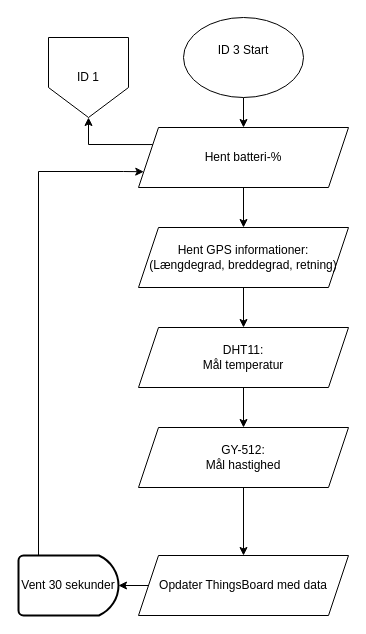
KEA-E24-B9-IOT1/E24-B9-IoT1 keeps this draw.io diagram as ID 03, P1/ID3 V1 Data til Thingsboard.drawio. Above is the earlier version. Source tidied: cells renumbered, new cells numbered last; positions are measured from the earlier drawing's top-left corner, leaving out a move shared by most shapes. Both pictures are drawn from the tidied source at 100%, with x=0, y=0 at pixel (18, 17).
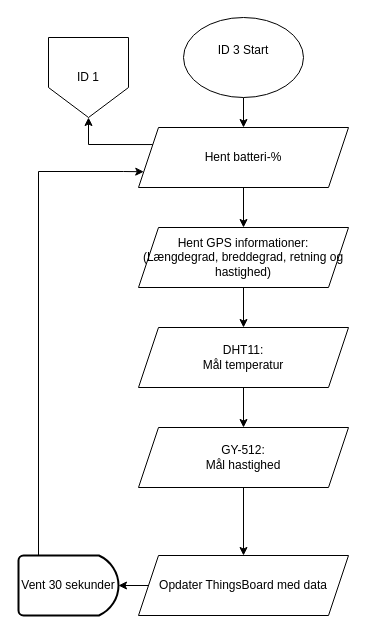
The same page after the edit.

Commit message:
Tilføjet hastighed på GPS

The edit, as a diff of the source:
```diff
@@
 <mxGraphModel>
   <root>
     <mxCell id="0" />
     <mxCell id="1" parent="0" />
     <mxCell id="2" style="edgeStyle=orthogonalEdgeStyle;rounded=0;jettySize=auto;html=1;" parent="1" edge="1" source="3" target="5">
       <mxGeometry relative="1" as="geometry" />
     </mxCell>
     <mxCell id="3" value="ID 3 Start&lt;div&gt;&lt;br&gt;&lt;/div&gt;" style="ellipse;whiteSpace=wrap;html=1;" parent="1" vertex="1">
       <mxGeometry x="165" width="120" height="80" as="geometry" />
     </mxCell>
     <mxCell id="4" style="edgeStyle=orthogonalEdgeStyle;rounded=0;jettySize=auto;html=1;exitX=0;exitY=0.25;exitDx=0;exitDy=0;entryX=0.5;entryY=1;entryDx=0;entryDy=0;" parent="1" edge="1" source="5" target="9">
       <mxGeometry relative="1" as="geometry" />
     </mxCell>
     <mxCell id="5" value="Hent batteri-%" style="shape=parallelogram;perimeter=parallelogramPerimeter;whiteSpace=wrap;html=1;fixedSize=1;rounded=0;" parent="1" vertex="1">
       <mxGeometry x="120" y="110" width="210" height="60" as="geometry" />
     </mxCell>
     <mxCell id="6" style="edgeStyle=orthogonalEdgeStyle;rounded=0;jettySize=auto;html=1;entryX=0;entryY=0.75;entryDx=0;entryDy=0;exitX=0.4;exitY=0;exitDx=0;exitDy=0;exitPerimeter=0;" parent="1" edge="1" target="5">
       <mxGeometry relative="1" as="geometry">
         <mxPoint x="20" y="548" as="sourcePoint" />
         <Array as="points">
           <mxPoint x="20" y="154" />
           <mxPoint x="105" y="154" />
         </Array>
       </mxGeometry>
     </mxCell>
     <mxCell id="7" style="edgeStyle=orthogonalEdgeStyle;rounded=0;jettySize=auto;html=1;" parent="1" edge="1" source="8" target="13">
       <mxGeometry relative="1" as="geometry" />
     </mxCell>
     <mxCell id="8" value="&lt;div&gt;DHT11:&lt;/div&gt;&lt;div&gt;Mål temperatur&lt;br&gt;&lt;/div&gt;" style="shape=parallelogram;perimeter=parallelogramPerimeter;whiteSpace=wrap;html=1;fixedSize=1;rounded=0;" parent="1" vertex="1">
       <mxGeometry x="120" y="310" width="210" height="60" as="geometry" />
     </mxCell>
     <mxCell id="9" value="ID 1" style="shape=offPageConnector;whiteSpace=wrap;html=1;" parent="1" vertex="1">
       <mxGeometry x="30" y="20" width="80" height="80" as="geometry" />
     </mxCell>
     <mxCell id="10" style="edgeStyle=orthogonalEdgeStyle;rounded=0;jettySize=auto;html=1;" parent="1" edge="1" source="11" target="8">
       <mxGeometry relative="1" as="geometry" />
     </mxCell>
-    <mxCell id="11" value="Hent GPS informationer:&lt;br&gt;(Længdegrad, breddegrad, retning)" style="shape=parallelogram;perimeter=parallelogramPerimeter;whiteSpace=wrap;html=1;fixedSize=1;" parent="1" vertex="1">
+    <mxCell id="11" value="Hent GPS informationer:&lt;br&gt;(Længdegrad, breddegrad, retning og hastighed)" style="shape=parallelogram;perimeter=parallelogramPerimeter;whiteSpace=wrap;html=1;fixedSize=1;" parent="1" vertex="1">
       <mxGeometry x="120" y="210" width="210" height="60" as="geometry" />
     </mxCell>
     <mxCell id="12" style="edgeStyle=orthogonalEdgeStyle;rounded=0;jettySize=auto;html=1;exitX=0.5;exitY=1;exitDx=0;exitDy=0;entryX=0.5;entryY=0;entryDx=0;entryDy=0;" parent="1" edge="1" source="13" target="16">
       <mxGeometry relative="1" as="geometry" />
     </mxCell>
     <mxCell id="13" value="GY-512:&lt;br&gt;Mål hastighed" style="shape=parallelogram;perimeter=parallelogramPerimeter;whiteSpace=wrap;html=1;fixedSize=1;rounded=0;" parent="1" vertex="1">
       <mxGeometry x="120" y="410" width="210" height="60" as="geometry" />
     </mxCell>
     <mxCell id="14" value="Vent 30 sekunder" style="strokeWidth=2;html=1;shape=mxgraph.flowchart.delay;whiteSpace=wrap;" parent="1" vertex="1">
       <mxGeometry y="538" width="100" height="60" as="geometry" />
     </mxCell>
     <mxCell id="15" style="edgeStyle=orthogonalEdgeStyle;rounded=0;jettySize=auto;html=1;" parent="1" edge="1" source="5" target="11">
       <mxGeometry relative="1" as="geometry" />
     </mxCell>
     <mxCell id="16" value="Opdater ThingsBoard med data" style="shape=parallelogram;perimeter=parallelogramPerimeter;whiteSpace=wrap;html=1;fixedSize=1;rounded=0;" parent="1" vertex="1">
       <mxGeometry x="120" y="538" width="210" height="60" as="geometry" />
     </mxCell>
     <mxCell id="17" style="edgeStyle=orthogonalEdgeStyle;rounded=0;jettySize=auto;html=1;exitX=0;exitY=0.5;exitDx=0;exitDy=0;entryX=1;entryY=0.5;entryDx=0;entryDy=0;entryPerimeter=0;" parent="1" edge="1" source="16" target="14">
       <mxGeometry relative="1" as="geometry" />
     </mxCell>
   </root>
 </mxGraphModel>
```
